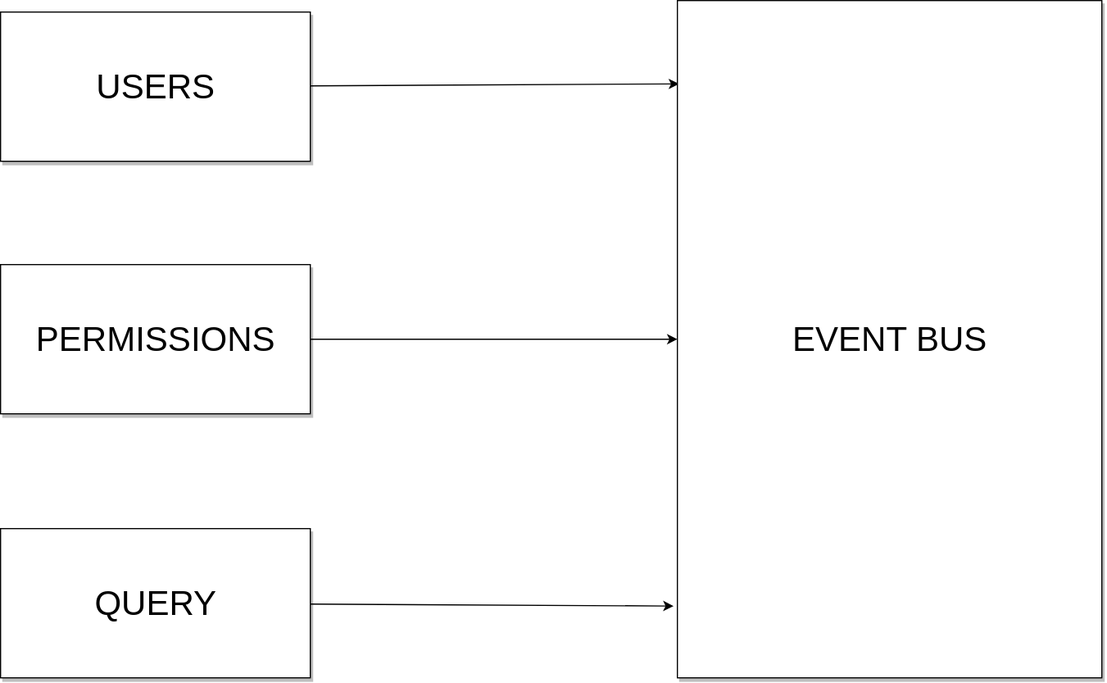
backoffice-opensource/backoffice-opensource keeps this draw.io diagram as docs/architecture.drawio.svg. Above is the earlier version. Source tidied: cells renumbered, new cells last; positions are measured from the earlier drawing's top-left corner, leaving out a move shared by most shapes. The source it was exported from:
```xml
<mxGraphModel background="#ffffff">
  <root>
    <mxCell id="0" />
    <mxCell id="1" parent="0" />
    <mxCell id="2" style="edgeStyle=none;html=1;entryX=0.004;entryY=0.123;entryDx=0;entryDy=0;entryPerimeter=0;fontSize=30;" parent="1" edge="1" source="3" target="8">
      <mxGeometry relative="1" as="geometry" />
    </mxCell>
    <mxCell id="3" value="&lt;font style=&quot;font-size: 30px&quot;&gt;USERS&lt;/font&gt;" style="html=1;shadow=1;" parent="1" vertex="1">
      <mxGeometry y="10" width="270" height="130" as="geometry" />
    </mxCell>
    <mxCell id="4" style="edgeStyle=none;html=1;fontSize=30;" parent="1" edge="1" source="5" target="8">
      <mxGeometry relative="1" as="geometry" />
    </mxCell>
    <mxCell id="5" value="&lt;font style=&quot;font-size: 30px&quot;&gt;PERMISSIONS&lt;/font&gt;" style="html=1;shadow=1;" parent="1" vertex="1">
      <mxGeometry y="230" width="270" height="130" as="geometry" />
    </mxCell>
    <mxCell id="6" style="edgeStyle=none;html=1;entryX=-0.009;entryY=0.894;entryDx=0;entryDy=0;entryPerimeter=0;fontSize=30;" parent="1" edge="1" source="7" target="8">
      <mxGeometry relative="1" as="geometry" />
    </mxCell>
    <mxCell id="7" value="&lt;font style=&quot;font-size: 30px&quot;&gt;QUERY&lt;/font&gt;" style="html=1;shadow=1;" parent="1" vertex="1">
      <mxGeometry y="460" width="270" height="130" as="geometry" />
    </mxCell>
    <mxCell id="8" value="&lt;font style=&quot;font-size: 30px&quot;&gt;EVENT BUS&lt;/font&gt;" style="html=1;shadow=1;" parent="1" vertex="1">
      <mxGeometry x="590" width="370" height="590" as="geometry" />
    </mxCell>
  </root>
</mxGraphModel>
```
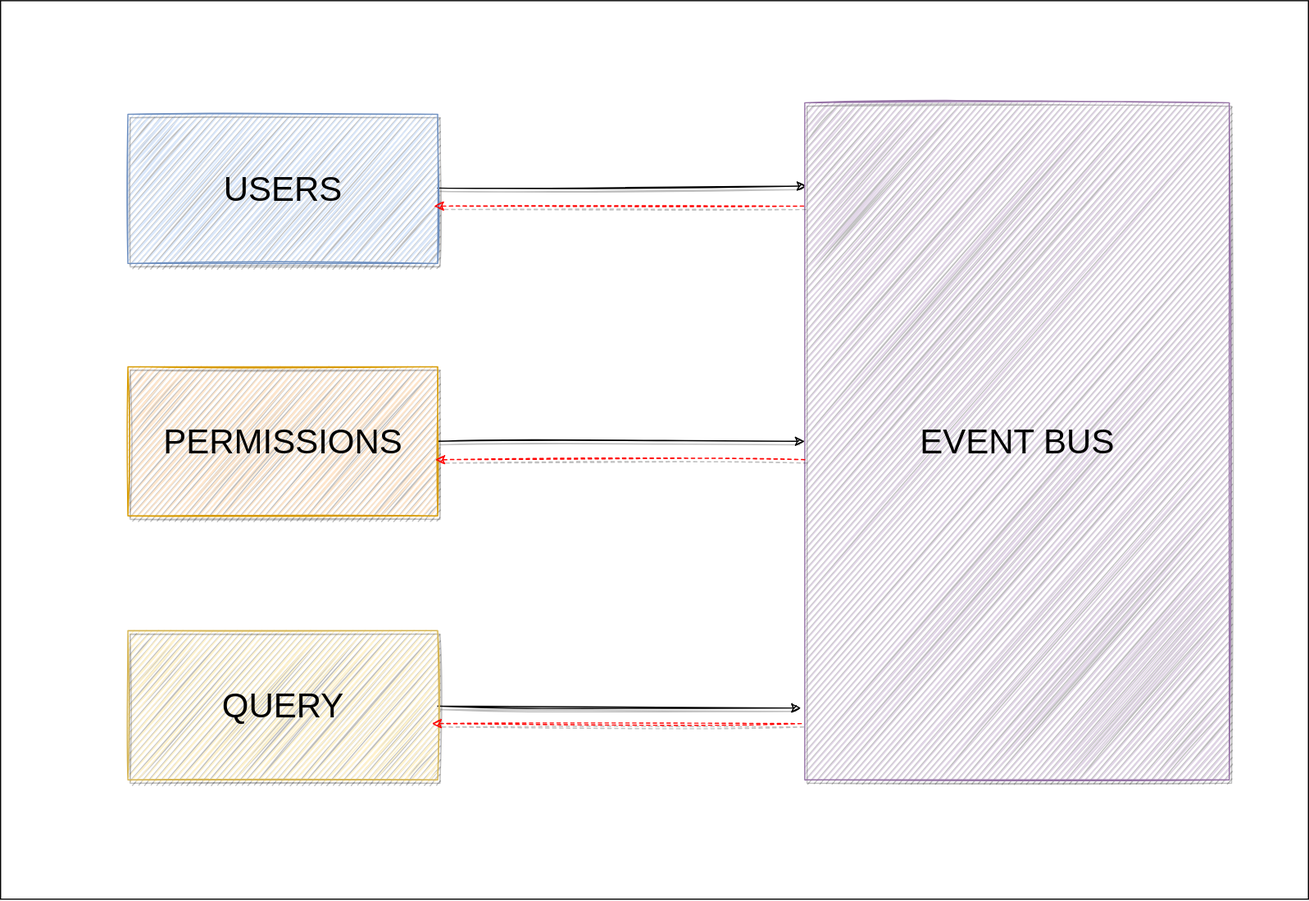
The same file after the commit.

Diff of the diagram source:
```diff
@@ -2,26 +2,47 @@
   <root>
     <mxCell id="0" />
     <mxCell id="1" parent="0" />
-    <mxCell id="2" style="edgeStyle=none;html=1;entryX=0.004;entryY=0.123;entryDx=0;entryDy=0;entryPerimeter=0;fontSize=30;" parent="1" edge="1" source="3" target="8">
+    <mxCell id="2" style="edgeStyle=none;html=1;entryX=0.004;entryY=0.123;entryDx=0;entryDy=0;entryPerimeter=0;fontSize=30;shadow=1;sketch=1;" parent="1" edge="1" source="3" target="8">
       <mxGeometry relative="1" as="geometry" />
     </mxCell>
-    <mxCell id="3" value="&lt;font style=&quot;font-size: 30px&quot;&gt;USERS&lt;/font&gt;" style="html=1;shadow=1;" parent="1" vertex="1">
+    <mxCell id="3" value="&lt;font style=&quot;font-size: 30px&quot;&gt;USERS&lt;/font&gt;" style="html=1;shadow=1;sketch=1;fillColor=#dae8fc;strokeColor=#6c8ebf;" parent="1" vertex="1">
       <mxGeometry y="10" width="270" height="130" as="geometry" />
     </mxCell>
-    <mxCell id="4" style="edgeStyle=none;html=1;fontSize=30;" parent="1" edge="1" source="5" target="8">
+    <mxCell id="4" style="edgeStyle=none;html=1;fontSize=30;shadow=1;sketch=1;" parent="1" edge="1" source="5" target="8">
       <mxGeometry relative="1" as="geometry" />
     </mxCell>
-    <mxCell id="5" value="&lt;font style=&quot;font-size: 30px&quot;&gt;PERMISSIONS&lt;/font&gt;" style="html=1;shadow=1;" parent="1" vertex="1">
+    <mxCell id="5" value="&lt;font style=&quot;font-size: 30px&quot;&gt;PERMISSIONS&lt;/font&gt;" style="html=1;shadow=1;sketch=1;fillColor=#ffe6cc;strokeColor=#d79b00;" parent="1" vertex="1">
       <mxGeometry y="230" width="270" height="130" as="geometry" />
     </mxCell>
-    <mxCell id="6" style="edgeStyle=none;html=1;entryX=-0.009;entryY=0.894;entryDx=0;entryDy=0;entryPerimeter=0;fontSize=30;" parent="1" edge="1" source="7" target="8">
+    <mxCell id="6" style="edgeStyle=none;html=1;entryX=-0.009;entryY=0.894;entryDx=0;entryDy=0;entryPerimeter=0;fontSize=30;shadow=1;sketch=1;" parent="1" edge="1" source="7" target="8">
       <mxGeometry relative="1" as="geometry" />
     </mxCell>
-    <mxCell id="7" value="&lt;font style=&quot;font-size: 30px&quot;&gt;QUERY&lt;/font&gt;" style="html=1;shadow=1;" parent="1" vertex="1">
+    <mxCell id="7" value="&lt;font style=&quot;font-size: 30px&quot;&gt;QUERY&lt;/font&gt;" style="html=1;shadow=1;sketch=1;fillColor=#fff2cc;strokeColor=#d6b656;" parent="1" vertex="1">
       <mxGeometry y="460" width="270" height="130" as="geometry" />
     </mxCell>
-    <mxCell id="8" value="&lt;font style=&quot;font-size: 30px&quot;&gt;EVENT BUS&lt;/font&gt;" style="html=1;shadow=1;" parent="1" vertex="1">
+    <mxCell id="8" value="&lt;font style=&quot;font-size: 30px&quot;&gt;EVENT BUS&lt;/font&gt;" style="html=1;shadow=1;sketch=1;fillColor=#e1d5e7;strokeColor=#9673a6;" parent="1" vertex="1">
       <mxGeometry x="590" width="370" height="590" as="geometry" />
     </mxCell>
+    <mxCell id="9" style="edgeStyle=none;html=1;fontSize=30;shadow=1;sketch=1;dashed=1;strokeColor=#FF0000;" parent="1" edge="1">
+      <mxGeometry relative="1" as="geometry">
+        <mxPoint x="589" y="90" as="sourcePoint" />
+        <mxPoint x="267" y="90" as="targetPoint" />
+      </mxGeometry>
+    </mxCell>
+    <mxCell id="10" style="edgeStyle=none;html=1;fontSize=30;shadow=1;sketch=1;dashed=1;strokeColor=#FF0000;" parent="1" edge="1">
+      <mxGeometry relative="1" as="geometry">
+        <mxPoint x="590" y="311" as="sourcePoint" />
+        <mxPoint x="268" y="311" as="targetPoint" />
+      </mxGeometry>
+    </mxCell>
+    <mxCell id="11" style="rounded=0;whiteSpace=wrap;html=1;shadow=0;fillColor=none;" parent="1" vertex="1">
+      <mxGeometry x="-111" y="-89" width="1140" height="783" as="geometry" />
+    </mxCell>
+    <mxCell id="12" style="edgeStyle=none;html=1;fontSize=30;shadow=1;sketch=1;dashed=1;strokeColor=#FF0000;" parent="1" edge="1">
+      <mxGeometry relative="1" as="geometry">
+        <mxPoint x="587" y="541" as="sourcePoint" />
+        <mxPoint x="265" y="541" as="targetPoint" />
+      </mxGeometry>
+    </mxCell>
   </root>
 </mxGraphModel>
```
